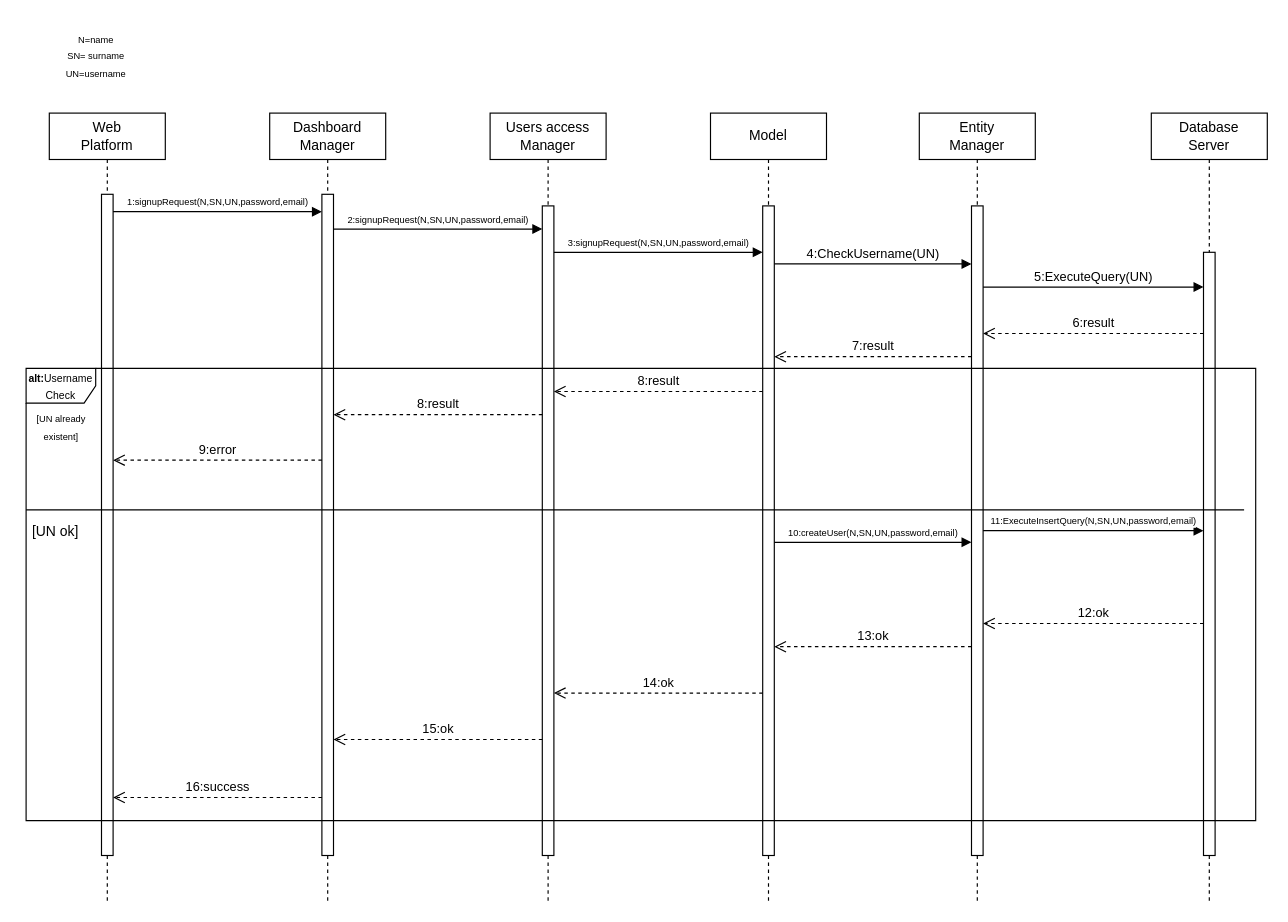
mttcrn/software-engineering-II-project keeps this draw.io diagram as page "SignUp" (1 of 18) of diagrams/Runtime diagrams/RuntimeDiagrams.drawio. Above is the earlier version. Source tidied: cells renumbered, new cells numbered last; positions are measured from the earlier drawing's top-left corner, leaving out a move shared by most shapes. Both pictures are drawn from the tidied source at 116%, with x=0, y=0 at pixel (20, 20).
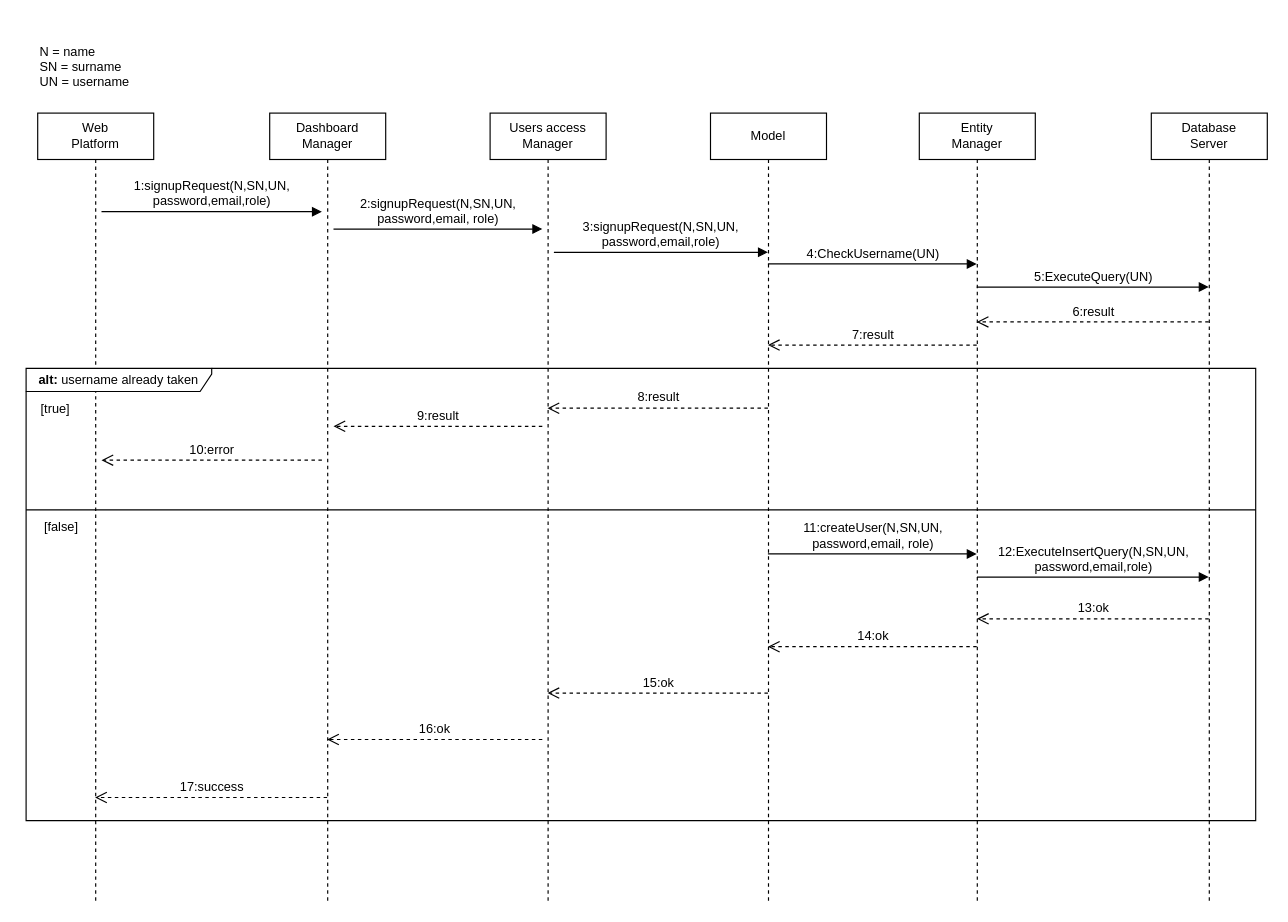
The same page after the edit.

The edit, as a diff of the source:
```diff
@@
-    <mxCell id="2" value="Web&lt;br&gt;Platform" style="shape=umlLifeline;perimeter=lifelinePerimeter;whiteSpace=wrap;html=1;outlineConnect=0;portConstraint=eastwest;newEdgeStyle={&quot;curved&quot;:0,&quot;rounded&quot;:0};" parent="1" vertex="1">
-      <mxGeometry x="25" y="80" width="100" height="680" as="geometry" />
+    <mxCell id="2" value="Web&lt;br style=&quot;font-size: 11px;&quot;&gt;Platform" style="shape=umlLifeline;perimeter=lifelinePerimeter;whiteSpace=wrap;html=1;outlineConnect=0;portConstraint=eastwest;newEdgeStyle={&quot;curved&quot;:0,&quot;rounded&quot;:0};fontSize=11;" parent="1" vertex="1">
+      <mxGeometry x="15" y="80" width="100" height="680" as="geometry" />
     </mxCell>
-    <mxCell id="3" style="html=1;points=[[0,0,0,0,5],[0,1,0,0,-5],[1,0,0,0,5],[1,1,0,0,-5]];perimeter=orthogonalPerimeter;outlineConnect=0;targetShapes=umlLifeline;portConstraint=eastwest;newEdgeStyle={&quot;curved&quot;:0,&quot;rounded&quot;:0};" parent="2" vertex="1">
-      <mxGeometry x="45" y="70" width="10" height="570" as="geometry" />
-    </mxCell>
-    <mxCell id="4" value="Dashboard&lt;br&gt;Manager" style="shape=umlLifeline;perimeter=lifelinePerimeter;whiteSpace=wrap;html=1;outlineConnect=0;portConstraint=eastwest;newEdgeStyle={&quot;curved&quot;:0,&quot;rounded&quot;:0};" parent="1" vertex="1">
+    <mxCell id="4" value="Dashboard&lt;br style=&quot;font-size: 11px;&quot;&gt;Manager" style="shape=umlLifeline;perimeter=lifelinePerimeter;whiteSpace=wrap;html=1;outlineConnect=0;portConstraint=eastwest;newEdgeStyle={&quot;curved&quot;:0,&quot;rounded&quot;:0};fontSize=11;" parent="1" vertex="1">
       <mxGeometry x="215" y="80" width="100" height="680" as="geometry" />
     </mxCell>
-    <mxCell id="5" style="html=1;points=[[0,0,0,0,5],[0,1,0,0,-5],[1,0,0,0,5],[1,1,0,0,-5]];perimeter=orthogonalPerimeter;outlineConnect=0;targetShapes=umlLifeline;portConstraint=eastwest;newEdgeStyle={&quot;curved&quot;:0,&quot;rounded&quot;:0};" parent="4" vertex="1">
-      <mxGeometry x="45" y="70" width="10" height="570" as="geometry" />
-    </mxCell>
-    <mxCell id="6" value="Database&lt;br&gt;Server" style="shape=umlLifeline;perimeter=lifelinePerimeter;whiteSpace=wrap;html=1;outlineConnect=0;portConstraint=eastwest;newEdgeStyle={&quot;curved&quot;:0,&quot;rounded&quot;:0};" parent="1" vertex="1">
+    <mxCell id="6" value="Database&lt;br style=&quot;font-size: 11px;&quot;&gt;Server" style="shape=umlLifeline;perimeter=lifelinePerimeter;whiteSpace=wrap;html=1;outlineConnect=0;portConstraint=eastwest;newEdgeStyle={&quot;curved&quot;:0,&quot;rounded&quot;:0};fontSize=11;" parent="1" vertex="1">
       <mxGeometry x="975" y="80" width="100" height="680" as="geometry" />
     </mxCell>
-    <mxCell id="7" style="html=1;points=[[0,0,0,0,5],[0,1,0,0,-5],[1,0,0,0,5],[1,1,0,0,-5]];perimeter=orthogonalPerimeter;outlineConnect=0;targetShapes=umlLifeline;portConstraint=eastwest;newEdgeStyle={&quot;curved&quot;:0,&quot;rounded&quot;:0};" parent="6" vertex="1">
-      <mxGeometry x="45" y="120" width="10" height="520" as="geometry" />
-    </mxCell>
-    <mxCell id="8" value="Model" style="shape=umlLifeline;perimeter=lifelinePerimeter;whiteSpace=wrap;html=1;outlineConnect=0;portConstraint=eastwest;newEdgeStyle={&quot;curved&quot;:0,&quot;rounded&quot;:0};" parent="1" vertex="1">
+    <mxCell id="8" value="Model" style="shape=umlLifeline;perimeter=lifelinePerimeter;whiteSpace=wrap;html=1;outlineConnect=0;portConstraint=eastwest;newEdgeStyle={&quot;curved&quot;:0,&quot;rounded&quot;:0};fontSize=11;" parent="1" vertex="1">
       <mxGeometry x="595" y="80" width="100" height="680" as="geometry" />
     </mxCell>
-    <mxCell id="9" style="html=1;points=[[0,0,0,0,5],[0,1,0,0,-5],[1,0,0,0,5],[1,1,0,0,-5]];perimeter=orthogonalPerimeter;outlineConnect=0;targetShapes=umlLifeline;portConstraint=eastwest;newEdgeStyle={&quot;curved&quot;:0,&quot;rounded&quot;:0};" parent="8" vertex="1">
-      <mxGeometry x="45" y="80" width="10" height="560" as="geometry" />
-    </mxCell>
-    <mxCell id="10" value="Users access&lt;br&gt;Manager" style="shape=umlLifeline;perimeter=lifelinePerimeter;whiteSpace=wrap;html=1;outlineConnect=0;portConstraint=eastwest;newEdgeStyle={&quot;curved&quot;:0,&quot;rounded&quot;:0};" parent="1" vertex="1">
+    <mxCell id="10" value="Users access&lt;br style=&quot;font-size: 11px;&quot;&gt;Manager" style="shape=umlLifeline;perimeter=lifelinePerimeter;whiteSpace=wrap;html=1;outlineConnect=0;portConstraint=eastwest;newEdgeStyle={&quot;curved&quot;:0,&quot;rounded&quot;:0};fontSize=11;" parent="1" vertex="1">
       <mxGeometry x="405" y="80" width="100" height="680" as="geometry" />
     </mxCell>
-    <mxCell id="11" style="html=1;points=[[0,0,0,0,5],[0,1,0,0,-5],[1,0,0,0,5],[1,1,0,0,-5]];perimeter=orthogonalPerimeter;outlineConnect=0;targetShapes=umlLifeline;portConstraint=eastwest;newEdgeStyle={&quot;curved&quot;:0,&quot;rounded&quot;:0};" parent="10" vertex="1">
-      <mxGeometry x="45" y="80" width="10" height="560" as="geometry" />
-    </mxCell>
-    <mxCell id="12" value="&lt;font style=&quot;font-size: 8px;&quot;&gt;1:signupRequest(N,SN,UN,password,email)&lt;/font&gt;" style="html=1;verticalAlign=bottom;endArrow=block;curved=0;rounded=0;" parent="1" edge="1" source="3" target="5">
+    <mxCell id="12" value="&lt;font style=&quot;font-size: 11px;&quot;&gt;1:signupRequest(N,SN,UN,&lt;br style=&quot;font-size: 11px;&quot;&gt;password,email,role)&lt;/font&gt;" style="html=1;verticalAlign=bottom;endArrow=block;curved=0;rounded=0;fontSize=11;" parent="1" edge="1">
       <mxGeometry relative="1" as="geometry">
+        <mxPoint x="70" y="165" as="sourcePoint" />
+        <mxPoint x="260" y="165" as="targetPoint" />
         <Array as="points">
           <mxPoint x="205" y="165" />
         </Array>
       </mxGeometry>
     </mxCell>
-    <mxCell id="13" value="6:result" style="html=1;verticalAlign=bottom;endArrow=open;dashed=1;endSize=8;curved=0;rounded=0;" parent="1" edge="1" source="7" target="16">
+    <mxCell id="13" value="6:result" style="html=1;verticalAlign=bottom;endArrow=open;dashed=1;endSize=8;curved=0;rounded=0;fontSize=11;" parent="1" edge="1" source="6" target="15">
       <mxGeometry relative="1" as="geometry">
         <Array as="points">
-          <mxPoint x="935" y="270" />
+          <mxPoint x="935" y="260" />
         </Array>
       </mxGeometry>
     </mxCell>
-    <mxCell id="14" value="&lt;font style=&quot;font-size: 8px;&quot;&gt;2:signupRequest(N,SN,UN,password,email)&lt;/font&gt;" style="html=1;verticalAlign=bottom;endArrow=block;curved=0;rounded=0;" parent="1" edge="1" source="5" target="11">
+    <mxCell id="14" value="&lt;font style=&quot;font-size: 11px;&quot;&gt;2:signupRequest(N,SN,UN,&lt;br style=&quot;font-size: 11px;&quot;&gt;password,email, role)&lt;/font&gt;" style="html=1;verticalAlign=bottom;endArrow=block;curved=0;rounded=0;fontSize=11;" parent="1" edge="1">
       <mxGeometry relative="1" as="geometry">
+        <mxPoint x="270" y="180" as="sourcePoint" />
+        <mxPoint x="450" y="180" as="targetPoint" />
         <Array as="points">
           <mxPoint x="365" y="180" />
         </Array>
       </mxGeometry>
     </mxCell>
-    <mxCell id="15" value="Entity&lt;br&gt;Manager" style="shape=umlLifeline;perimeter=lifelinePerimeter;whiteSpace=wrap;html=1;outlineConnect=0;portConstraint=eastwest;newEdgeStyle={&quot;curved&quot;:0,&quot;rounded&quot;:0};" parent="1" vertex="1">
+    <mxCell id="15" value="Entity&lt;br style=&quot;font-size: 11px;&quot;&gt;Manager" style="shape=umlLifeline;perimeter=lifelinePerimeter;whiteSpace=wrap;html=1;outlineConnect=0;portConstraint=eastwest;newEdgeStyle={&quot;curved&quot;:0,&quot;rounded&quot;:0};fontSize=11;" parent="1" vertex="1">
       <mxGeometry x="775" y="80" width="100" height="680" as="geometry" />
     </mxCell>
-    <mxCell id="16" style="html=1;points=[[0,0,0,0,5],[0,1,0,0,-5],[1,0,0,0,5],[1,1,0,0,-5]];perimeter=orthogonalPerimeter;outlineConnect=0;targetShapes=umlLifeline;portConstraint=eastwest;newEdgeStyle={&quot;curved&quot;:0,&quot;rounded&quot;:0};" parent="15" vertex="1">
-      <mxGeometry x="45" y="80" width="10" height="560" as="geometry" />
-    </mxCell>
-    <mxCell id="17" value="&lt;font style=&quot;font-size: 8px;&quot;&gt;N=name&lt;br&gt;SN= surname&lt;br&gt;UN=username&lt;/font&gt;" style="text;html=1;align=center;verticalAlign=middle;strokeColor=none;fillColor=none;" parent="1" vertex="1">
-      <mxGeometry x="25" width="80" height="60" as="geometry" />
+    <mxCell id="17" value="&lt;font style=&quot;font-size: 11px;&quot;&gt;N = name&lt;br style=&quot;font-size: 11px;&quot;&gt;SN = surname&lt;br style=&quot;font-size: 11px;&quot;&gt;UN = username&lt;/font&gt;" style="text;html=1;align=left;verticalAlign=middle;strokeColor=none;fillColor=none;fontSize=11;" parent="1" vertex="1">
+      <mxGeometry x="15" y="15" width="100" height="50" as="geometry" />
     </mxCell>
-    <mxCell id="18" value="&lt;font style=&quot;font-size: 8px;&quot;&gt;3:signupRequest(N,SN,UN,password,email)&lt;/font&gt;" style="html=1;verticalAlign=bottom;endArrow=block;curved=0;rounded=0;" parent="1" edge="1" source="11" target="9">
+    <mxCell id="18" value="&lt;font style=&quot;font-size: 11px;&quot;&gt;3:signupRequest(N,SN,UN,&lt;br style=&quot;font-size: 11px;&quot;&gt;password,email,role)&lt;/font&gt;" style="html=1;verticalAlign=bottom;endArrow=block;curved=0;rounded=0;fontSize=11;" parent="1" edge="1" target="8">
       <mxGeometry relative="1" as="geometry">
+        <mxPoint x="460" y="200" as="sourcePoint" />
         <Array as="points">
           <mxPoint x="545" y="200" />
         </Array>
       </mxGeometry>
     </mxCell>
-    <mxCell id="19" value="4:CheckUsername(UN)" style="html=1;verticalAlign=bottom;endArrow=block;curved=0;rounded=0;" parent="1" edge="1" source="9" target="16">
+    <mxCell id="19" value="4:CheckUsername(UN)" style="html=1;verticalAlign=bottom;endArrow=block;curved=0;rounded=0;fontSize=11;" parent="1" edge="1" source="8" target="15">
       <mxGeometry relative="1" as="geometry">
         <Array as="points">
           <mxPoint x="735" y="210" />
         </Array>
       </mxGeometry>
     </mxCell>
-    <mxCell id="20" value="5:ExecuteQuery(UN)" style="html=1;verticalAlign=bottom;endArrow=block;curved=0;rounded=0;" parent="1" edge="1" source="16" target="7">
+    <mxCell id="20" value="5:ExecuteQuery(UN)" style="html=1;verticalAlign=bottom;endArrow=block;curved=0;rounded=0;fontSize=11;" parent="1" edge="1" source="15" target="6">
       <mxGeometry relative="1" as="geometry">
         <Array as="points">
           <mxPoint x="935" y="230" />
         </Array>
       </mxGeometry>
     </mxCell>
-    <mxCell id="21" value="&lt;font style=&quot;font-size: 9px;&quot;&gt;&lt;b style=&quot;&quot;&gt;alt:&lt;/b&gt;Username&lt;br&gt;Check&lt;/font&gt;" style="shape=umlFrame;whiteSpace=wrap;html=1;width=60;height=30;" parent="1" vertex="1">
+    <mxCell id="21" value="&lt;font style=&quot;font-size: 11px;&quot;&gt;&lt;b style=&quot;font-size: 11px;&quot;&gt;alt: &lt;/b&gt;username already taken&lt;/font&gt;" style="shape=umlFrame;whiteSpace=wrap;html=1;width=160;height=20;fontSize=11;" parent="1" vertex="1">
       <mxGeometry x="5" y="300" width="1060" height="390" as="geometry" />
     </mxCell>
-    <mxCell id="22" value="7:result" style="html=1;verticalAlign=bottom;endArrow=open;dashed=1;endSize=8;curved=0;rounded=0;" parent="1" edge="1" source="16" target="9">
+    <mxCell id="22" value="7:result" style="html=1;verticalAlign=bottom;endArrow=open;dashed=1;endSize=8;curved=0;rounded=0;fontSize=11;" parent="1" edge="1" source="15" target="8">
       <mxGeometry relative="1" as="geometry">
         <Array as="points">
-          <mxPoint x="740" y="290" />
+          <mxPoint x="740" y="280" />
         </Array>
       </mxGeometry>
     </mxCell>
-    <mxCell id="23" value="&lt;span style=&quot;font-size: 8px;&quot;&gt;[UN already&lt;br&gt;existent]&lt;br&gt;&lt;/span&gt;" style="text;html=1;align=center;verticalAlign=middle;strokeColor=none;fillColor=none;" parent="1" vertex="1">
-      <mxGeometry y="330" width="70" height="40" as="geometry" />
+    <mxCell id="23" value="&lt;font style=&quot;font-size: 11px;&quot;&gt;[true]&lt;/font&gt;" style="text;html=1;align=center;verticalAlign=middle;strokeColor=none;fillColor=none;fontSize=11;" parent="1" vertex="1">
+      <mxGeometry x="5" y="320" width="50" height="30" as="geometry" />
     </mxCell>
-    <mxCell id="24" value="8:result" style="html=1;verticalAlign=bottom;endArrow=open;dashed=1;endSize=8;curved=0;rounded=0;" parent="1" edge="1" source="9" target="11">
+    <mxCell id="24" value="8:result" style="html=1;verticalAlign=bottom;endArrow=open;dashed=1;endSize=8;curved=0;rounded=0;fontSize=11;" parent="1" edge="1" source="8" target="10">
       <mxGeometry relative="1" as="geometry">
         <Array as="points">
-          <mxPoint x="555" y="320" />
+          <mxPoint x="560" y="334.4" />
         </Array>
       </mxGeometry>
     </mxCell>
-    <mxCell id="25" value="8:result" style="html=1;verticalAlign=bottom;endArrow=open;dashed=1;endSize=8;curved=0;rounded=0;" parent="1" edge="1" source="11" target="5">
+    <mxCell id="25" value="9:result" style="html=1;verticalAlign=bottom;endArrow=open;dashed=1;endSize=8;curved=0;rounded=0;fontSize=11;" parent="1" edge="1">
       <mxGeometry relative="1" as="geometry">
+        <mxPoint x="450" y="350" as="sourcePoint" />
+        <mxPoint x="270" y="350" as="targetPoint" />
         <Array as="points">
-          <mxPoint x="365" y="340" />
+          <mxPoint x="375" y="350" />
         </Array>
       </mxGeometry>
     </mxCell>
-    <mxCell id="26" value="9:error" style="html=1;verticalAlign=bottom;endArrow=open;dashed=1;endSize=8;curved=0;rounded=0;" parent="1" edge="1" source="5" target="3">
+    <mxCell id="26" value="10:error" style="html=1;verticalAlign=bottom;endArrow=open;dashed=1;endSize=8;curved=0;rounded=0;fontSize=11;" parent="1" edge="1">
       <mxGeometry relative="1" as="geometry">
+        <mxPoint x="260" y="379.2" as="sourcePoint" />
+        <mxPoint x="70" y="379.2" as="targetPoint" />
         <Array as="points">
           <mxPoint x="165" y="379.2" />
         </Array>
       </mxGeometry>
     </mxCell>
-    <mxCell id="27" style="line;strokeWidth=1;fillColor=none;align=left;verticalAlign=middle;spacingTop=-1;spacingLeft=3;spacingRight=3;labelPosition=right;strokeColor=inherit;" parent="1" vertex="1">
-      <mxGeometry x="5" y="418" width="1050" height="8" as="geometry" />
+    <mxCell id="27" style="line;strokeWidth=1;fillColor=none;align=left;verticalAlign=middle;spacingTop=-1;spacingLeft=3;spacingRight=3;labelPosition=right;strokeColor=inherit;fontSize=11;" parent="1" vertex="1">
+      <mxGeometry x="5" y="418" width="1060" height="8" as="geometry" />
     </mxCell>
-    <mxCell id="28" value="[UN ok]" style="text;html=1;align=center;verticalAlign=middle;strokeColor=none;fillColor=none;" parent="1" vertex="1">
-      <mxGeometry y="426" width="60" height="30" as="geometry" />
+    <mxCell id="28" value="[false]" style="text;html=1;align=center;verticalAlign=middle;strokeColor=none;fillColor=none;fontSize=11;" parent="1" vertex="1">
+      <mxGeometry x="10" y="422" width="50" height="30" as="geometry" />
     </mxCell>
-    <mxCell id="29" value="&lt;font style=&quot;font-size: 8px;&quot;&gt;10:createUser(N,SN,UN,password,email)&lt;/font&gt;" style="html=1;verticalAlign=bottom;endArrow=block;curved=0;rounded=0;" parent="1" edge="1" source="9" target="16">
+    <mxCell id="29" value="&lt;font style=&quot;font-size: 11px;&quot;&gt;11:createUser(N,SN,UN,&lt;br style=&quot;font-size: 11px;&quot;&gt;password,email, role)&lt;/font&gt;" style="html=1;verticalAlign=bottom;endArrow=block;curved=0;rounded=0;fontSize=11;" parent="1" edge="1" source="8" target="15">
       <mxGeometry relative="1" as="geometry">
         <Array as="points">
-          <mxPoint x="735" y="450" />
+          <mxPoint x="735" y="460" />
         </Array>
       </mxGeometry>
     </mxCell>
-    <mxCell id="30" value="&lt;font style=&quot;font-size: 8px;&quot;&gt;11:ExecuteInsertQuery(N,SN,UN,password,email)&lt;/font&gt;" style="html=1;verticalAlign=bottom;endArrow=block;curved=0;rounded=0;" parent="1" edge="1" source="16" target="7">
-      <mxGeometry relative="1" as="geometry" />
+    <mxCell id="30" value="&lt;font style=&quot;font-size: 11px;&quot;&gt;12:ExecuteInsertQuery(N,SN,UN,&lt;br style=&quot;font-size: 11px;&quot;&gt;password,email,role)&lt;/font&gt;" style="html=1;verticalAlign=bottom;endArrow=block;curved=0;rounded=0;fontSize=11;" parent="1" edge="1">
+      <mxGeometry relative="1" as="geometry">
+        <mxPoint x="824.7" y="480" as="sourcePoint" />
+        <mxPoint x="1024.5" y="480" as="targetPoint" />
+      </mxGeometry>
     </mxCell>
-    <mxCell id="31" value="12:ok" style="html=1;verticalAlign=bottom;endArrow=open;dashed=1;endSize=8;curved=0;rounded=0;" parent="1" edge="1" source="7" target="16">
+    <mxCell id="31" value="13:ok" style="html=1;verticalAlign=bottom;endArrow=open;dashed=1;endSize=8;curved=0;rounded=0;fontSize=11;" parent="1" edge="1">
       <mxGeometry relative="1" as="geometry">
-        <Array as="points">
-          <mxPoint x="925" y="520" />
-        </Array>
+        <mxPoint x="1024.5" y="516" as="sourcePoint" />
+        <mxPoint x="824.7" y="516" as="targetPoint" />
       </mxGeometry>
     </mxCell>
-    <mxCell id="32" value="13:ok" style="html=1;verticalAlign=bottom;endArrow=open;dashed=1;endSize=8;curved=0;rounded=0;" parent="1" edge="1" source="16" target="9">
+    <mxCell id="32" value="14:ok" style="html=1;verticalAlign=bottom;endArrow=open;dashed=1;endSize=8;curved=0;rounded=0;fontSize=11;" parent="1" edge="1" source="15" target="8">
       <mxGeometry relative="1" as="geometry">
         <Array as="points">
           <mxPoint x="760" y="540" />
         </Array>
       </mxGeometry>
     </mxCell>
-    <mxCell id="33" value="14:ok" style="html=1;verticalAlign=bottom;endArrow=open;dashed=1;endSize=8;curved=0;rounded=0;" parent="1" edge="1" source="9" target="11">
+    <mxCell id="33" value="15:ok" style="html=1;verticalAlign=bottom;endArrow=open;dashed=1;endSize=8;curved=0;rounded=0;fontSize=11;" parent="1" edge="1" source="8" target="10">
       <mxGeometry relative="1" as="geometry">
         <Array as="points">
           <mxPoint x="560" y="580" />
         </Array>
       </mxGeometry>
     </mxCell>
-    <mxCell id="34" value="15:ok" style="html=1;verticalAlign=bottom;endArrow=open;dashed=1;endSize=8;curved=0;rounded=0;" parent="1" edge="1" source="11" target="5">
+    <mxCell id="34" value="16:ok" style="html=1;verticalAlign=bottom;endArrow=open;dashed=1;endSize=8;curved=0;rounded=0;fontSize=11;" parent="1" edge="1" target="4">
       <mxGeometry relative="1" as="geometry">
+        <mxPoint x="450" y="620" as="sourcePoint" />
         <Array as="points">
           <mxPoint x="370" y="620" />
         </Array>
       </mxGeometry>
     </mxCell>
-    <mxCell id="35" value="16:success" style="html=1;verticalAlign=bottom;endArrow=open;dashed=1;endSize=8;curved=0;rounded=0;" parent="1" edge="1" source="5" target="3">
+    <mxCell id="35" value="17:success" style="html=1;verticalAlign=bottom;endArrow=open;dashed=1;endSize=8;curved=0;rounded=0;fontSize=11;" parent="1" edge="1" source="4" target="2">
       <mxGeometry relative="1" as="geometry">
         <Array as="points">
           <mxPoint x="180" y="670" />
         </Array>
       </mxGeometry>
     </mxCell>
```
